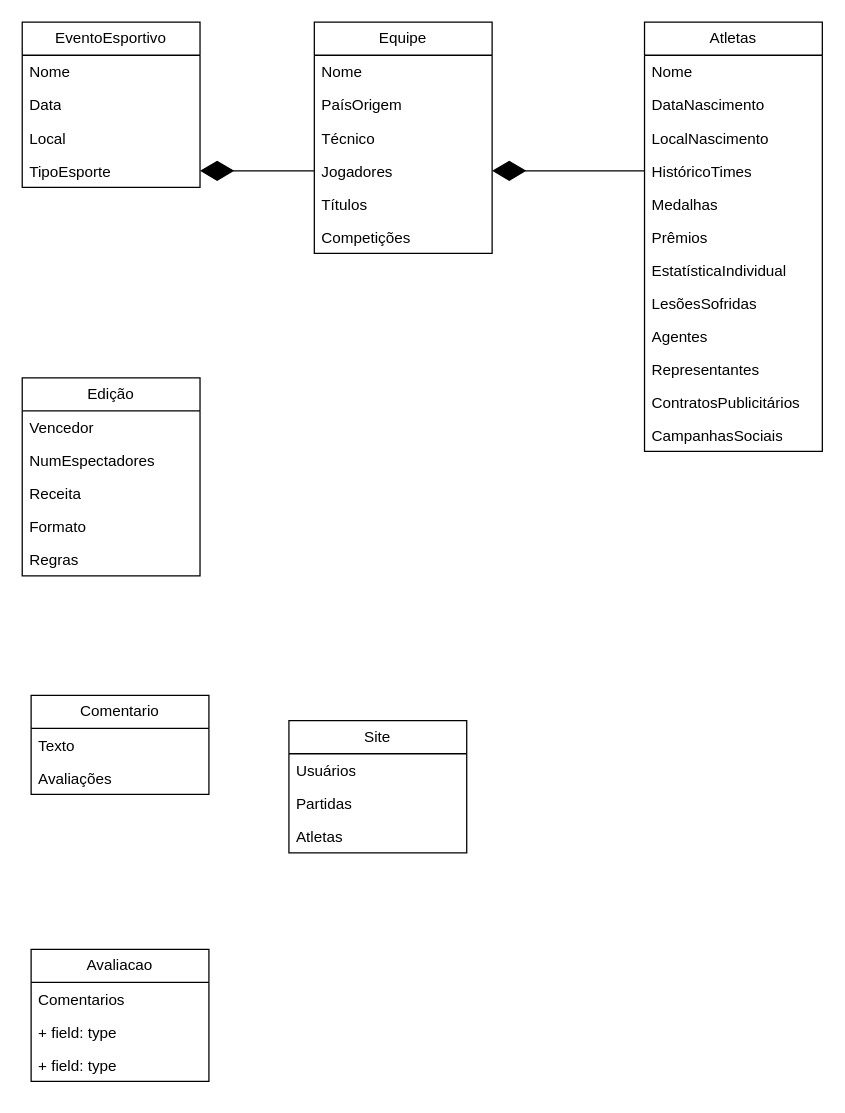
Above: Diagrama sem nome.drawio in SamanthaMiyahira/miniEP6 (draw.io), before the change. Source tidied: cells renumbered, new cells numbered last; positions are measured from the earlier drawing's top-left corner, leaving out a move shared by most shapes. Both pictures are drawn from the tidied source at 127%, with x=0, y=0 at pixel (22, 22).
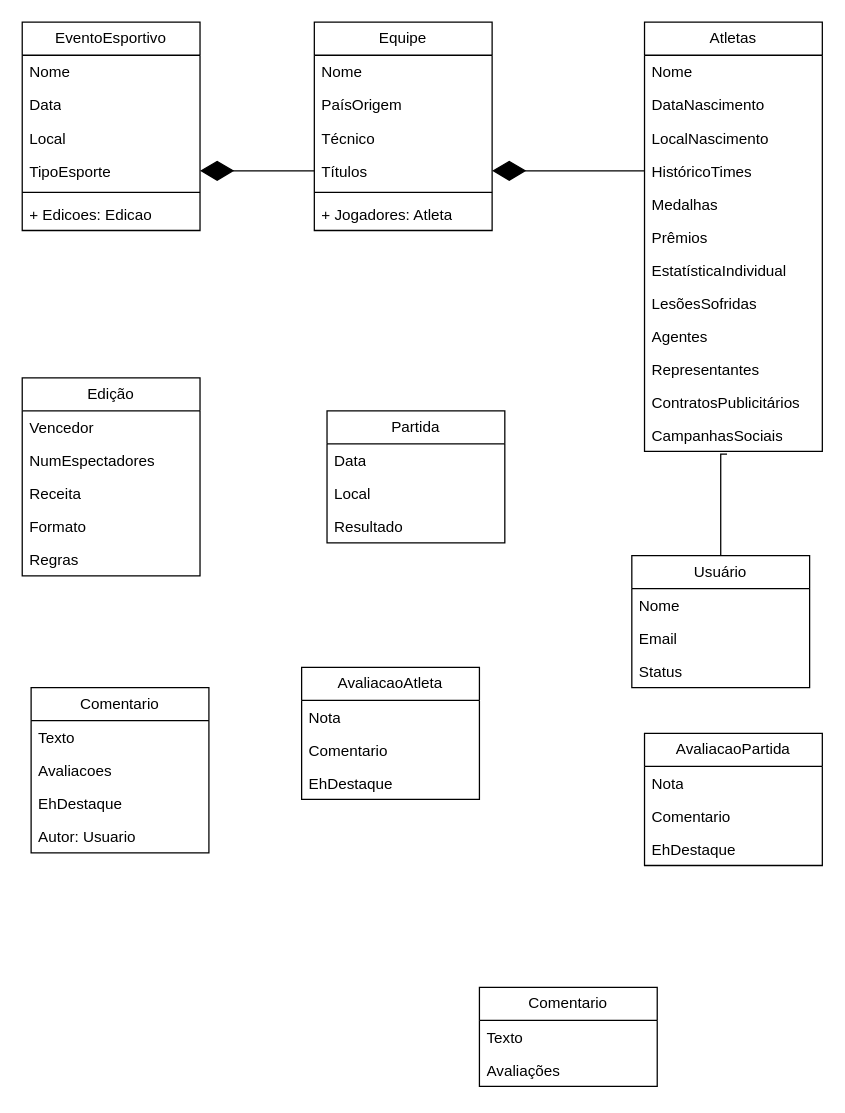
The same diagram, later.

The change refers to these unchanged cells:
```xml
<mxCell id="6" value="TipoEsporte" style="text;strokeColor=none;fillColor=none;align=left;verticalAlign=top;spacingLeft=4;spacingRight=4;overflow=hidden;points=[[0,0.5],[1,0.5]];portConstraint=eastwest;whiteSpace=wrap;html=1;" parent="2" vertex="1">
  <mxGeometry y="104" width="140" height="26" as="geometry" />
</mxCell>
<mxCell id="24" value="HistóricoTimes" style="text;strokeColor=none;fillColor=none;align=left;verticalAlign=top;spacingLeft=4;spacingRight=4;overflow=hidden;points=[[0,0.5],[1,0.5]];portConstraint=eastwest;whiteSpace=wrap;html=1;" parent="20" vertex="1">
  <mxGeometry y="104" width="140" height="26" as="geometry" />
</mxCell>
<mxCell id="32" value="CampanhasSociais" style="text;strokeColor=none;fillColor=none;align=left;verticalAlign=top;spacingLeft=4;spacingRight=4;overflow=hidden;points=[[0,0.5],[1,0.5]];portConstraint=eastwest;whiteSpace=wrap;html=1;" parent="20" vertex="1">
  <mxGeometry y="312" width="140" height="26" as="geometry" />
</mxCell>
```

What changed in the source:
```diff
@@
     <mxCell id="2" value="EventoEsportivo" style="swimlane;fontStyle=0;horizontal=1;startSize=26;fillColor=none;whiteSpace=wrap;html=1;" parent="1" vertex="1">
-      <mxGeometry width="140" height="130" as="geometry" />
+      <mxGeometry width="140" height="164" as="geometry" />
     </mxCell>
@@
+    <mxCell id="46" style="line;strokeWidth=1;fillColor=none;align=left;verticalAlign=middle;spacingTop=-1;spacingLeft=3;spacingRight=3;labelPosition=right;strokeColor=inherit;" parent="2" vertex="1">
+      <mxGeometry y="130" width="140" height="8" as="geometry" />
+    </mxCell>
+    <mxCell id="47" value="+ Edicoes: Edicao" style="text;strokeColor=none;fillColor=none;align=left;verticalAlign=top;spacingLeft=4;spacingRight=4;overflow=hidden;whiteSpace=wrap;html=1;" parent="2" vertex="1">
+      <mxGeometry y="138" width="140" height="26" as="geometry" />
+    </mxCell>
@@
     <mxCell id="13" value="Equipe" style="swimlane;fontStyle=0;horizontal=1;startSize=26;fillColor=none;whiteSpace=wrap;html=1;" parent="1" vertex="1">
-      <mxGeometry x="230" width="140" height="182" as="geometry" />
+      <mxGeometry x="230" width="140" height="164" as="geometry" />
     </mxCell>
@@
+    <mxCell id="18" value="Títulos" style="text;strokeColor=none;fillColor=none;align=left;verticalAlign=top;spacingLeft=4;spacingRight=4;overflow=hidden;points=[[0,0.5],[1,0.5]];portConstraint=eastwest;whiteSpace=wrap;html=1;" parent="13" vertex="1">
+      <mxGeometry y="104" width="140" height="26" as="geometry" />
+    </mxCell>
+    <mxCell id="48" style="line;strokeWidth=1;fillColor=none;align=left;verticalAlign=middle;spacingTop=-1;spacingLeft=3;spacingRight=3;labelPosition=right;strokeColor=inherit;" parent="13" vertex="1">
+      <mxGeometry y="130" width="140" height="8" as="geometry" />
+    </mxCell>
-    <mxCell id="17" value="Jogadores" style="text;strokeColor=none;fillColor=none;align=left;verticalAlign=top;spacingLeft=4;spacingRight=4;overflow=hidden;points=[[0,0.5],[1,0.5]];portConstraint=eastwest;whiteSpace=wrap;html=1;" parent="13" vertex="1">
-      <mxGeometry y="104" width="140" height="26" as="geometry" />
+    <mxCell id="17" value="+ Jogadores: Atleta" style="text;strokeColor=none;fillColor=none;align=left;verticalAlign=top;spacingLeft=4;spacingRight=4;overflow=hidden;points=[[0,0.5],[1,0.5]];portConstraint=eastwest;whiteSpace=wrap;html=1;" parent="13" vertex="1">
+      <mxGeometry y="138" width="140" height="26" as="geometry" />
     </mxCell>
-    <mxCell id="18" value="Títulos" style="text;strokeColor=none;fillColor=none;align=left;verticalAlign=top;spacingLeft=4;spacingRight=4;overflow=hidden;points=[[0,0.5],[1,0.5]];portConstraint=eastwest;whiteSpace=wrap;html=1;" parent="13" vertex="1">
-      <mxGeometry y="130" width="140" height="26" as="geometry" />
-    </mxCell>
-    <mxCell id="19" value="Competições" style="text;strokeColor=none;fillColor=none;align=left;verticalAlign=top;spacingLeft=4;spacingRight=4;overflow=hidden;whiteSpace=wrap;html=1;" parent="13" vertex="1">
-      <mxGeometry y="156" width="140" height="26" as="geometry" />
-    </mxCell>
@@
-    <mxCell id="33" value="Site" style="swimlane;fontStyle=0;horizontal=1;startSize=26;fillColor=none;whiteSpace=wrap;html=1;" parent="1" vertex="1">
-      <mxGeometry x="210" y="550" width="140" height="104" as="geometry" />
+    <mxCell id="33" value="Partida" style="swimlane;fontStyle=0;horizontal=1;startSize=26;fillColor=none;whiteSpace=wrap;html=1;" parent="1" vertex="1">
+      <mxGeometry x="240" y="306" width="140" height="104" as="geometry" />
     </mxCell>
-    <mxCell id="34" value="Usuários" style="text;strokeColor=none;fillColor=none;align=left;verticalAlign=top;spacingLeft=4;spacingRight=4;overflow=hidden;whiteSpace=wrap;html=1;" parent="33" vertex="1">
+    <mxCell id="34" value="Data" style="text;strokeColor=none;fillColor=none;align=left;verticalAlign=top;spacingLeft=4;spacingRight=4;overflow=hidden;whiteSpace=wrap;html=1;" parent="33" vertex="1">
       <mxGeometry y="26" width="140" height="26" as="geometry" />
     </mxCell>
-    <mxCell id="35" value="Partidas" style="text;strokeColor=none;fillColor=none;align=left;verticalAlign=top;spacingLeft=4;spacingRight=4;overflow=hidden;whiteSpace=wrap;html=1;" parent="33" vertex="1">
+    <mxCell id="35" value="Local" style="text;strokeColor=none;fillColor=none;align=left;verticalAlign=top;spacingLeft=4;spacingRight=4;overflow=hidden;whiteSpace=wrap;html=1;" parent="33" vertex="1">
       <mxGeometry y="52" width="140" height="26" as="geometry" />
     </mxCell>
-    <mxCell id="36" value="Atletas" style="text;strokeColor=none;fillColor=none;align=left;verticalAlign=top;spacingLeft=4;spacingRight=4;overflow=hidden;whiteSpace=wrap;html=1;" parent="33" vertex="1">
+    <mxCell id="36" value="Resultado" style="text;strokeColor=none;fillColor=none;align=left;verticalAlign=top;spacingLeft=4;spacingRight=4;overflow=hidden;whiteSpace=wrap;html=1;" parent="33" vertex="1">
       <mxGeometry y="78" width="140" height="26" as="geometry" />
     </mxCell>
-    <mxCell id="37" value="Avaliacao" style="swimlane;fontStyle=0;horizontal=1;startSize=26;fillColor=none;whiteSpace=wrap;html=1;" parent="1" vertex="1">
-      <mxGeometry x="7" y="730" width="140" height="104" as="geometry" />
+    <mxCell id="37" value="Comentario" style="swimlane;fontStyle=0;horizontal=1;startSize=26;fillColor=none;whiteSpace=wrap;html=1;" parent="1" vertex="1">
+      <mxGeometry x="7" y="524" width="140" height="130" as="geometry" />
     </mxCell>
-    <mxCell id="38" value="Comentarios" style="text;strokeColor=none;fillColor=none;align=left;verticalAlign=top;spacingLeft=4;spacingRight=4;overflow=hidden;whiteSpace=wrap;html=1;" parent="37" vertex="1">
+    <mxCell id="38" value="Texto" style="text;strokeColor=none;fillColor=none;align=left;verticalAlign=top;spacingLeft=4;spacingRight=4;overflow=hidden;whiteSpace=wrap;html=1;" parent="37" vertex="1">
       <mxGeometry y="26" width="140" height="26" as="geometry" />
     </mxCell>
-    <mxCell id="39" value="+ field: type" style="text;strokeColor=none;fillColor=none;align=left;verticalAlign=top;spacingLeft=4;spacingRight=4;overflow=hidden;whiteSpace=wrap;html=1;" parent="37" vertex="1">
+    <mxCell id="39" value="Avaliacoes" style="text;strokeColor=none;fillColor=none;align=left;verticalAlign=top;spacingLeft=4;spacingRight=4;overflow=hidden;whiteSpace=wrap;html=1;" parent="37" vertex="1">
       <mxGeometry y="52" width="140" height="26" as="geometry" />
     </mxCell>
-    <mxCell id="40" value="+ field: type" style="text;strokeColor=none;fillColor=none;align=left;verticalAlign=top;spacingLeft=4;spacingRight=4;overflow=hidden;whiteSpace=wrap;html=1;" parent="37" vertex="1">
+    <mxCell id="40" value="EhDestaque" style="text;strokeColor=none;fillColor=none;align=left;verticalAlign=top;spacingLeft=4;spacingRight=4;overflow=hidden;whiteSpace=wrap;html=1;" parent="37" vertex="1">
       <mxGeometry y="78" width="140" height="26" as="geometry" />
     </mxCell>
+    <mxCell id="49" value="Autor: Usuario" style="text;strokeColor=none;fillColor=none;align=left;verticalAlign=top;spacingLeft=4;spacingRight=4;overflow=hidden;whiteSpace=wrap;html=1;" parent="37" vertex="1">
+      <mxGeometry y="104" width="140" height="26" as="geometry" />
+    </mxCell>
-    <mxCell id="41" style="endArrow=diamondThin;endFill=1;endSize=24;html=1;rounded=0;entryX=1;entryY=0.5;entryDx=0;entryDy=0;exitX=0;exitY=0.5;exitDx=0;exitDy=0;" parent="1" edge="1" source="17" target="6">
+    <mxCell id="41" style="endArrow=diamondThin;endFill=1;endSize=24;html=1;rounded=0;entryX=1;entryY=0.5;entryDx=0;entryDy=0;exitX=0;exitY=0.5;exitDx=0;exitDy=0;" parent="1" edge="1" source="18" target="6">
       <mxGeometry relative="1" as="geometry" />
     </mxCell>
-    <mxCell id="42" style="endArrow=diamondThin;endFill=1;endSize=24;html=1;rounded=0;entryX=1;entryY=0.5;entryDx=0;entryDy=0;exitX=0;exitY=0.5;exitDx=0;exitDy=0;" parent="1" edge="1" source="24" target="17">
+    <mxCell id="42" style="endArrow=diamondThin;endFill=1;endSize=24;html=1;rounded=0;entryX=1;entryY=0.5;entryDx=0;entryDy=0;exitX=0;exitY=0.5;exitDx=0;exitDy=0;" parent="1" edge="1" source="24" target="18">
       <mxGeometry relative="1" as="geometry" />
     </mxCell>
     <mxCell id="43" value="Comentario" style="swimlane;fontStyle=0;horizontal=1;startSize=26;fillColor=none;whiteSpace=wrap;html=1;" parent="1" vertex="1">
-      <mxGeometry x="7" y="530" width="140" height="78" as="geometry" />
+      <mxGeometry x="360" y="760" width="140" height="78" as="geometry" />
     </mxCell>
@@
+    <mxCell id="50" value="Usuário" style="swimlane;fontStyle=0;horizontal=1;startSize=26;fillColor=none;whiteSpace=wrap;html=1;" parent="1" vertex="1">
+      <mxGeometry x="480" y="420" width="140" height="104" as="geometry" />
+    </mxCell>
+    <mxCell id="51" value="Nome" style="text;strokeColor=none;fillColor=none;align=left;verticalAlign=top;spacingLeft=4;spacingRight=4;overflow=hidden;whiteSpace=wrap;html=1;" parent="50" vertex="1">
+      <mxGeometry y="26" width="140" height="26" as="geometry" />
+    </mxCell>
+    <mxCell id="52" value="Email" style="text;strokeColor=none;fillColor=none;align=left;verticalAlign=top;spacingLeft=4;spacingRight=4;overflow=hidden;whiteSpace=wrap;html=1;" parent="50" vertex="1">
+      <mxGeometry y="52" width="140" height="26" as="geometry" />
+    </mxCell>
+    <mxCell id="53" value="Status" style="text;strokeColor=none;fillColor=none;align=left;verticalAlign=top;spacingLeft=4;spacingRight=4;overflow=hidden;whiteSpace=wrap;html=1;" parent="50" vertex="1">
+      <mxGeometry y="78" width="140" height="26" as="geometry" />
+    </mxCell>
+    <mxCell id="54" style="endArrow=none;html=1;edgeStyle=orthogonalEdgeStyle;rounded=0;exitX=0.5;exitY=0;exitDx=0;exitDy=0;entryX=0.464;entryY=1.077;entryDx=0;entryDy=0;entryPerimeter=0;" parent="1" edge="1" source="50" target="32">
+      <mxGeometry relative="1" as="geometry">
+        <Array as="points">
+          <mxPoint x="550" y="340" />
+        </Array>
+      </mxGeometry>
+    </mxCell>
+    <mxCell id="55" value="AvaliacaoPartida" style="swimlane;fontStyle=0;horizontal=1;startSize=26;fillColor=none;whiteSpace=wrap;html=1;" parent="1" vertex="1">
+      <mxGeometry x="490" y="560" width="140" height="104" as="geometry" />
+    </mxCell>
+    <mxCell id="56" value="Nota" style="text;strokeColor=none;fillColor=none;align=left;verticalAlign=top;spacingLeft=4;spacingRight=4;overflow=hidden;whiteSpace=wrap;html=1;" parent="55" vertex="1">
+      <mxGeometry y="26" width="140" height="26" as="geometry" />
+    </mxCell>
+    <mxCell id="57" value="Comentario" style="text;strokeColor=none;fillColor=none;align=left;verticalAlign=top;spacingLeft=4;spacingRight=4;overflow=hidden;whiteSpace=wrap;html=1;" parent="55" vertex="1">
+      <mxGeometry y="52" width="140" height="26" as="geometry" />
+    </mxCell>
+    <mxCell id="58" value="EhDestaque" style="text;strokeColor=none;fillColor=none;align=left;verticalAlign=top;spacingLeft=4;spacingRight=4;overflow=hidden;whiteSpace=wrap;html=1;" parent="55" vertex="1">
+      <mxGeometry y="78" width="140" height="26" as="geometry" />
+    </mxCell>
+    <mxCell id="59" value="AvaliacaoAtleta" style="swimlane;fontStyle=0;horizontal=1;startSize=26;fillColor=none;whiteSpace=wrap;html=1;" parent="1" vertex="1">
+      <mxGeometry x="220" y="508" width="140" height="104" as="geometry" />
+    </mxCell>
+    <mxCell id="60" value="Nota" style="text;strokeColor=none;fillColor=none;align=left;verticalAlign=top;spacingLeft=4;spacingRight=4;overflow=hidden;whiteSpace=wrap;html=1;" parent="59" vertex="1">
+      <mxGeometry y="26" width="140" height="26" as="geometry" />
+    </mxCell>
+    <mxCell id="61" value="Comentario" style="text;strokeColor=none;fillColor=none;align=left;verticalAlign=top;spacingLeft=4;spacingRight=4;overflow=hidden;whiteSpace=wrap;html=1;" parent="59" vertex="1">
+      <mxGeometry y="52" width="140" height="26" as="geometry" />
+    </mxCell>
+    <mxCell id="62" value="EhDestaque" style="text;strokeColor=none;fillColor=none;align=left;verticalAlign=top;spacingLeft=4;spacingRight=4;overflow=hidden;whiteSpace=wrap;html=1;" parent="59" vertex="1">
+      <mxGeometry y="78" width="140" height="26" as="geometry" />
+    </mxCell>
```
